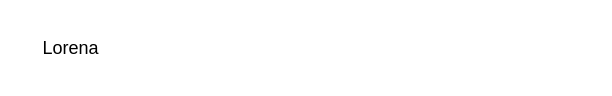
Above: 25sept.drawio in nalama1/nalama1 (draw.io), before the change. Source tidied: cells renumbered, new cells numbered last; positions are measured from the earlier drawing's top-left corner, leaving out a move shared by most shapes. Both pictures are drawn from the tidied source at 150%, with x=0, y=0 at pixel (26, 26).
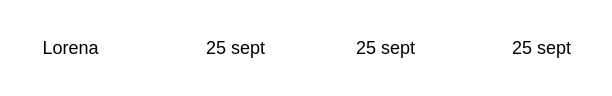
After the change.

Diff of the diagram source:
```diff
@@
 <mxGraphModel>
   <root>
     <mxCell id="0" />
     <mxCell id="1" parent="0" />
     <mxCell id="2" value="Lorena&lt;br&gt;" style="text;html=1;strokeColor=none;fillColor=none;align=center;verticalAlign=middle;whiteSpace=wrap;rounded=0;" parent="1" vertex="1">
       <mxGeometry width="60" height="30" as="geometry" />
     </mxCell>
+    <mxCell id="3" value="25 sept" style="text;html=1;strokeColor=none;fillColor=none;align=center;verticalAlign=middle;whiteSpace=wrap;rounded=0;" parent="1" vertex="1">
+      <mxGeometry x="110" width="60" height="30" as="geometry" />
+    </mxCell>
+    <mxCell id="4" value="25 sept" style="text;html=1;strokeColor=none;fillColor=none;align=center;verticalAlign=middle;whiteSpace=wrap;rounded=0;" parent="1" vertex="1">
+      <mxGeometry x="210" width="60" height="30" as="geometry" />
+    </mxCell>
+    <mxCell id="5" value="25 sept" style="text;html=1;strokeColor=none;fillColor=none;align=center;verticalAlign=middle;whiteSpace=wrap;rounded=0;" parent="1" vertex="1">
+      <mxGeometry x="314" width="60" height="30" as="geometry" />
+    </mxCell>
   </root>
 </mxGraphModel>
```
